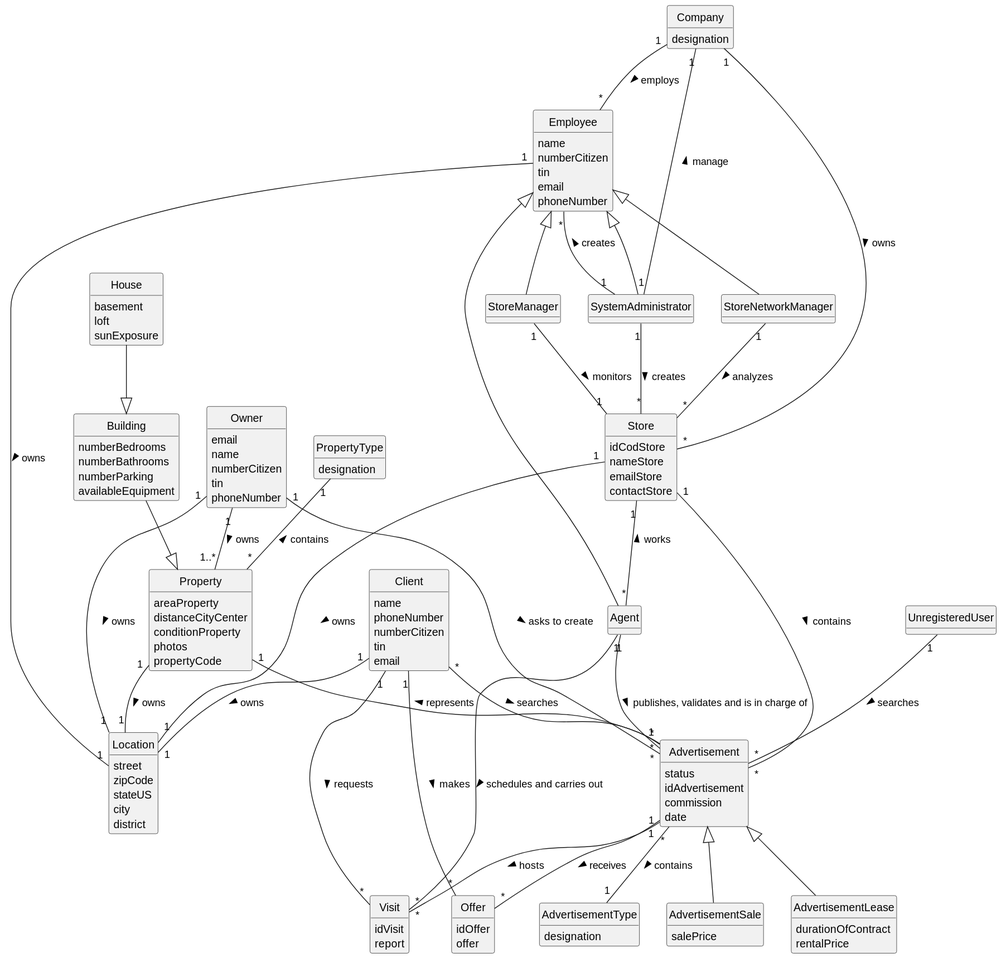
Above: docs/sprintA/global-artifacts/02.analysis/svg/project-domain-model.svg in PEDROMOREIRA45/lei-23-s2-1dg-g31 (PlantUML), before the change.
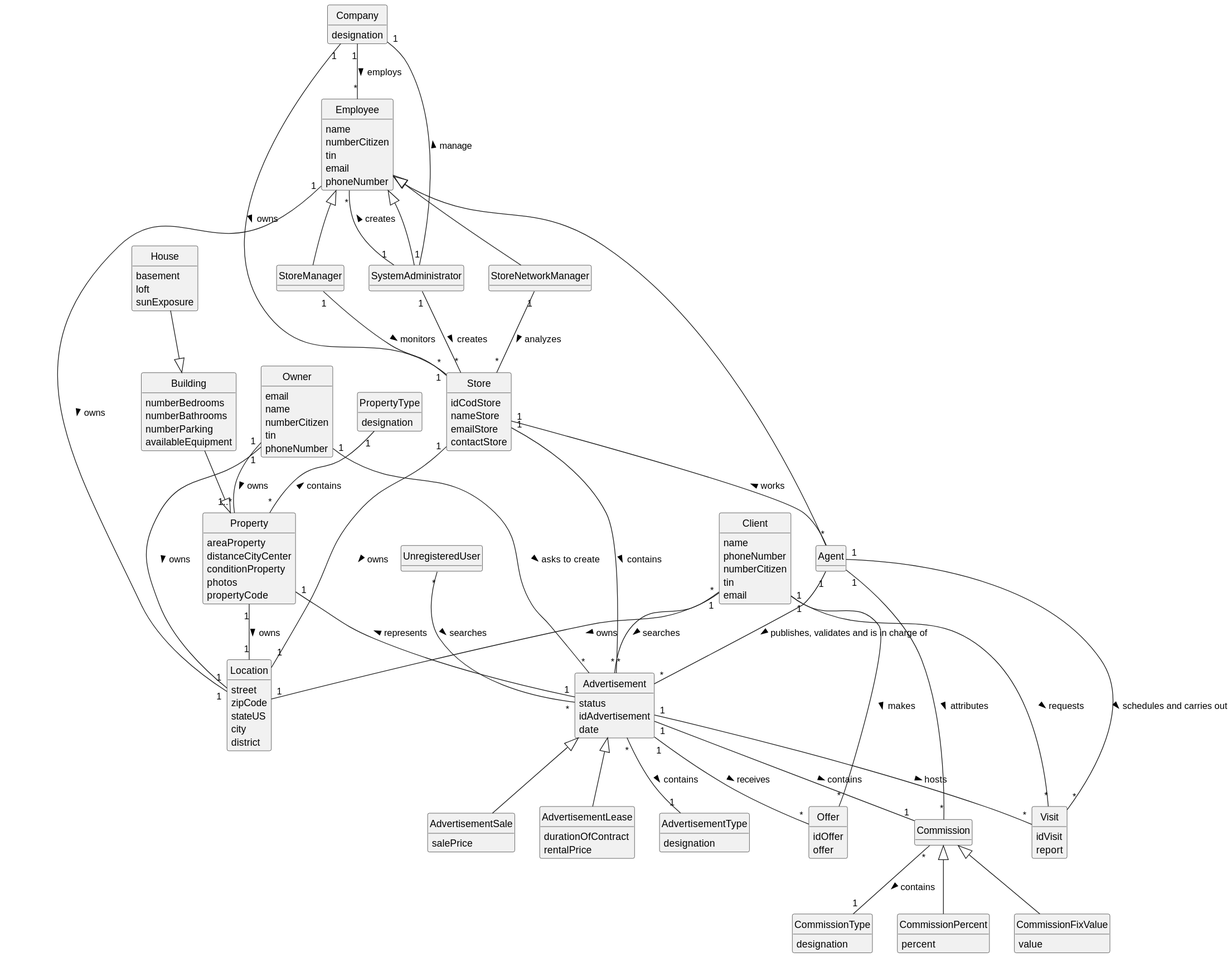
Above is the later version.

Commit message:
domain model commission changes

The edit, as a diff of the source:
```diff
@@ -35,7 +35,6 @@
 class Advertisement {
     status
     idAdvertisement
-    commission
     date
 }
 
@@ -119,6 +118,19 @@
     designation
 }
 
+class Commission{
+
+}
+class CommissionType{
+    designation
+}
+class CommissionPercent{
+    percent
+}
+class CommissionFixValue{
+    value
+}
+
 
 Owner "1" -- "1..*" Property: owns >
 Agent "1" -- "*" Advertisement: publishes, validates and is in charge of >
@@ -143,7 +155,7 @@
 Employee "1" -- "1" Location: owns >
 Owner "1" -- "1" Location: owns >
 Store "1" -- "*" Advertisement: contains >
-UnregisteredUser "1" -- "*" Advertisement: searches >
+UnregisteredUser "*" -- "*" Advertisement: searches >
 SystemAdministrator "1" -- "*" Store: creates >
 SystemAdministrator "1" -- "*" Employee: creates >
 Client "*" -- "*" Advertisement: searches >
@@ -156,4 +168,9 @@
 Company "1" -- "*" Store: owns >
 Company "1" -- "*" Employee: employs >
 Company "1" -- "1" SystemAdministrator:manage <
+Commission <|-- CommissionFixValue
+Commission <|-- CommissionPercent
+Commission "*" -- "1" CommissionType: contains >
+Advertisement "1" -- "1" Commission: contains >
+Agent "1" -- "*" Commission: attributes >
 @enduml
```
